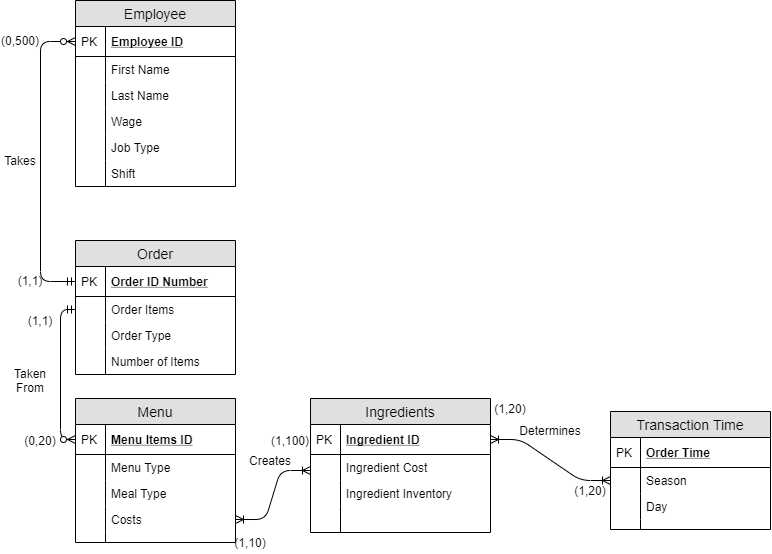
Earlier version of the draw.io export introduction/IST210 Group Project Restaurant Data Model.png (ejm5763/IST210). Source tidied: cells renumbered, new cells last; positions are measured from the earlier drawing's top-left corner, leaving out a move shared by most shapes. Source of this version:
```xml
<mxGraphModel>
  <root>
    <mxCell id="0" />
    <mxCell id="1" parent="0" />
    <mxCell id="2" value="Takes" style="text;html=1;strokeColor=none;fillColor=none;align=center;verticalAlign=middle;whiteSpace=wrap;rounded=0;" parent="1" vertex="1">
      <mxGeometry y="150" width="40" height="20" as="geometry" />
    </mxCell>
    <mxCell id="3" value="Taken From" style="text;html=1;strokeColor=none;fillColor=none;align=center;verticalAlign=middle;whiteSpace=wrap;rounded=0;" parent="1" vertex="1">
      <mxGeometry x="10" y="370" width="40" height="20" as="geometry" />
    </mxCell>
    <mxCell id="4" value="Creates" style="text;html=1;strokeColor=none;fillColor=none;align=center;verticalAlign=middle;whiteSpace=wrap;rounded=0;" parent="1" vertex="1">
      <mxGeometry x="250" y="450" width="40" height="20" as="geometry" />
    </mxCell>
    <mxCell id="5" value="Determines" style="text;html=1;strokeColor=none;fillColor=none;align=center;verticalAlign=middle;whiteSpace=wrap;rounded=0;" parent="1" vertex="1">
      <mxGeometry x="530" y="420" width="40" height="20" as="geometry" />
    </mxCell>
    <mxCell id="6" value="Employee" style="swimlane;fontStyle=0;horizontal=1;startSize=26;fillColor=#e0e0e0;swimlaneFillColor=#ffffff;align=center;fontSize=14;" parent="1" vertex="1">
      <mxGeometry x="75" width="160" height="186" as="geometry" />
    </mxCell>
    <mxCell id="7" value="Employee ID" style="shape=partialRectangle;top=0;left=0;right=0;bottom=1;align=left;verticalAlign=middle;fillColor=none;spacingLeft=34;spacingRight=4;overflow=hidden;points=[[0,0.5],[1,0.5]];portConstraint=eastwest;fontStyle=5;fontSize=12;" parent="6" vertex="1">
      <mxGeometry y="26" width="160" height="30" as="geometry" />
    </mxCell>
    <mxCell id="8" value="PK" style="shape=partialRectangle;top=0;left=0;bottom=0;fillColor=none;align=left;verticalAlign=middle;spacingLeft=4;spacingRight=4;overflow=hidden;fontSize=12;" parent="7" vertex="1">
      <mxGeometry width="30" height="30" as="geometry" />
    </mxCell>
    <mxCell id="9" value="First Name" style="shape=partialRectangle;top=0;left=0;right=0;bottom=0;align=left;verticalAlign=top;fillColor=none;spacingLeft=34;spacingRight=4;overflow=hidden;fontSize=12;" parent="6" vertex="1">
      <mxGeometry y="56" width="160" height="26" as="geometry" />
    </mxCell>
    <mxCell id="10" style="shape=partialRectangle;top=0;left=0;bottom=0;fillColor=none;align=left;verticalAlign=top;spacingLeft=4;spacingRight=4;overflow=hidden;fontSize=12;" parent="9" vertex="1">
      <mxGeometry width="30" height="26" as="geometry" />
    </mxCell>
    <mxCell id="11" value="Last Name" style="shape=partialRectangle;top=0;left=0;right=0;bottom=0;align=left;verticalAlign=top;fillColor=none;spacingLeft=34;spacingRight=4;overflow=hidden;fontSize=12;" parent="6" vertex="1">
      <mxGeometry y="82" width="160" height="26" as="geometry" />
    </mxCell>
    <mxCell id="12" style="shape=partialRectangle;top=0;left=0;bottom=0;fillColor=none;align=left;verticalAlign=top;spacingLeft=4;spacingRight=4;overflow=hidden;fontSize=12;" parent="11" vertex="1">
      <mxGeometry width="30" height="26" as="geometry" />
    </mxCell>
    <mxCell id="13" value="Wage" style="shape=partialRectangle;top=0;left=0;right=0;bottom=0;align=left;verticalAlign=top;fillColor=none;spacingLeft=34;spacingRight=4;overflow=hidden;fontSize=12;" parent="6" vertex="1">
      <mxGeometry y="108" width="160" height="26" as="geometry" />
    </mxCell>
    <mxCell id="14" style="shape=partialRectangle;top=0;left=0;bottom=0;fillColor=none;align=left;verticalAlign=top;spacingLeft=4;spacingRight=4;overflow=hidden;fontSize=12;" parent="13" vertex="1">
      <mxGeometry width="30" height="26" as="geometry" />
    </mxCell>
    <mxCell id="15" value="Job Type" style="shape=partialRectangle;top=0;left=0;right=0;bottom=0;align=left;verticalAlign=top;fillColor=none;spacingLeft=34;spacingRight=4;overflow=hidden;fontSize=12;" parent="6" vertex="1">
      <mxGeometry y="134" width="160" height="26" as="geometry" />
    </mxCell>
    <mxCell id="16" style="shape=partialRectangle;top=0;left=0;bottom=0;fillColor=none;align=left;verticalAlign=top;spacingLeft=4;spacingRight=4;overflow=hidden;fontSize=12;" parent="15" vertex="1">
      <mxGeometry width="30" height="26" as="geometry" />
    </mxCell>
    <mxCell id="17" value="Shift" style="shape=partialRectangle;top=0;left=0;right=0;bottom=0;align=left;verticalAlign=top;fillColor=none;spacingLeft=34;spacingRight=4;overflow=hidden;fontSize=12;" parent="6" vertex="1">
      <mxGeometry y="160" width="160" height="26" as="geometry" />
    </mxCell>
    <mxCell id="18" style="shape=partialRectangle;top=0;left=0;bottom=0;fillColor=none;align=left;verticalAlign=top;spacingLeft=4;spacingRight=4;overflow=hidden;fontSize=12;" parent="17" vertex="1">
      <mxGeometry width="30" height="26" as="geometry" />
    </mxCell>
    <mxCell id="19" value="Order" style="swimlane;fontStyle=0;horizontal=1;startSize=26;fillColor=#e0e0e0;swimlaneFillColor=#ffffff;align=center;fontSize=14;" parent="1" vertex="1">
      <mxGeometry x="75" y="240" width="160" height="134" as="geometry" />
    </mxCell>
    <mxCell id="20" value="Order ID Number" style="shape=partialRectangle;top=0;left=0;right=0;bottom=1;align=left;verticalAlign=middle;fillColor=none;spacingLeft=34;spacingRight=4;overflow=hidden;points=[[0,0.5],[1,0.5]];portConstraint=eastwest;fontStyle=5;fontSize=12;" parent="19" vertex="1">
      <mxGeometry y="26" width="160" height="30" as="geometry" />
    </mxCell>
    <mxCell id="21" value="PK" style="shape=partialRectangle;top=0;left=0;bottom=0;fillColor=none;align=left;verticalAlign=middle;spacingLeft=4;spacingRight=4;overflow=hidden;fontSize=12;" parent="20" vertex="1">
      <mxGeometry width="30" height="30" as="geometry" />
    </mxCell>
    <mxCell id="22" value="Order Items" style="shape=partialRectangle;top=0;left=0;right=0;bottom=0;align=left;verticalAlign=top;fillColor=none;spacingLeft=34;spacingRight=4;overflow=hidden;points=[[0,0.5],[1,0.5]];portConstraint=eastwest;fontSize=12;" parent="19" vertex="1">
      <mxGeometry y="56" width="160" height="26" as="geometry" />
    </mxCell>
    <mxCell id="23" style="shape=partialRectangle;top=0;left=0;bottom=0;fillColor=none;align=left;verticalAlign=top;spacingLeft=4;spacingRight=4;overflow=hidden;fontSize=12;" parent="22" vertex="1">
      <mxGeometry width="30" height="26" as="geometry" />
    </mxCell>
    <mxCell id="24" value="Order Type" style="shape=partialRectangle;top=0;left=0;right=0;bottom=0;align=left;verticalAlign=top;fillColor=none;spacingLeft=34;spacingRight=4;overflow=hidden;fontSize=12;" parent="19" vertex="1">
      <mxGeometry y="82" width="160" height="26" as="geometry" />
    </mxCell>
    <mxCell id="25" style="shape=partialRectangle;top=0;left=0;bottom=0;fillColor=none;align=left;verticalAlign=top;spacingLeft=4;spacingRight=4;overflow=hidden;fontSize=12;" parent="24" vertex="1">
      <mxGeometry width="30" height="26" as="geometry" />
    </mxCell>
    <mxCell id="26" value="Number of Items" style="shape=partialRectangle;top=0;left=0;right=0;bottom=0;align=left;verticalAlign=top;fillColor=none;spacingLeft=34;spacingRight=4;overflow=hidden;fontSize=12;" parent="19" vertex="1">
      <mxGeometry y="108" width="160" height="26" as="geometry" />
    </mxCell>
    <mxCell id="27" style="shape=partialRectangle;top=0;left=0;bottom=0;fillColor=none;align=left;verticalAlign=top;spacingLeft=4;spacingRight=4;overflow=hidden;fontSize=12;" parent="26" vertex="1">
      <mxGeometry width="30" height="26" as="geometry" />
    </mxCell>
    <mxCell id="28" value="Menu" style="swimlane;fontStyle=0;horizontal=1;startSize=26;fillColor=#e0e0e0;swimlaneFillColor=#ffffff;align=center;fontSize=14;" parent="1" vertex="1">
      <mxGeometry x="75" y="398" width="160" height="144" as="geometry" />
    </mxCell>
    <mxCell id="29" value="Menu Items ID" style="shape=partialRectangle;top=0;left=0;right=0;bottom=1;align=left;verticalAlign=middle;fillColor=none;spacingLeft=34;spacingRight=4;overflow=hidden;points=[[0,0.5],[1,0.5]];portConstraint=eastwest;fontStyle=5;fontSize=12;" parent="28" vertex="1">
      <mxGeometry y="26" width="160" height="30" as="geometry" />
    </mxCell>
    <mxCell id="30" value="PK" style="shape=partialRectangle;top=0;left=0;bottom=0;fillColor=none;align=left;verticalAlign=middle;spacingLeft=4;spacingRight=4;overflow=hidden;fontSize=12;" parent="29" vertex="1">
      <mxGeometry width="30" height="30" as="geometry" />
    </mxCell>
    <mxCell id="31" value="Menu Type" style="shape=partialRectangle;top=0;left=0;right=0;bottom=0;align=left;verticalAlign=top;fillColor=none;spacingLeft=34;spacingRight=4;overflow=hidden;fontSize=12;" parent="28" vertex="1">
      <mxGeometry y="56" width="160" height="26" as="geometry" />
    </mxCell>
    <mxCell id="32" style="shape=partialRectangle;top=0;left=0;bottom=0;fillColor=none;align=left;verticalAlign=top;spacingLeft=4;spacingRight=4;overflow=hidden;fontSize=12;" parent="31" vertex="1">
      <mxGeometry width="30" height="26" as="geometry" />
    </mxCell>
    <mxCell id="33" value="Meal Type" style="shape=partialRectangle;top=0;left=0;right=0;bottom=0;align=left;verticalAlign=top;fillColor=none;spacingLeft=34;spacingRight=4;overflow=hidden;fontSize=12;" parent="28" vertex="1">
      <mxGeometry y="82" width="160" height="26" as="geometry" />
    </mxCell>
    <mxCell id="34" style="shape=partialRectangle;top=0;left=0;bottom=0;fillColor=none;align=left;verticalAlign=top;spacingLeft=4;spacingRight=4;overflow=hidden;fontSize=12;" parent="33" vertex="1">
      <mxGeometry width="30" height="26" as="geometry" />
    </mxCell>
    <mxCell id="35" value="Costs" style="shape=partialRectangle;top=0;left=0;right=0;bottom=0;align=left;verticalAlign=top;fillColor=none;spacingLeft=34;spacingRight=4;overflow=hidden;points=[[0,0.5],[1,0.5]];portConstraint=eastwest;fontSize=12;" parent="28" vertex="1">
      <mxGeometry y="108" width="160" height="26" as="geometry" />
    </mxCell>
    <mxCell id="36" style="shape=partialRectangle;top=0;left=0;bottom=0;fillColor=none;align=left;verticalAlign=top;spacingLeft=4;spacingRight=4;overflow=hidden;fontSize=12;" parent="35" vertex="1">
      <mxGeometry width="30" height="26" as="geometry" />
    </mxCell>
    <mxCell id="37" style="shape=partialRectangle;top=0;left=0;right=0;bottom=0;align=left;verticalAlign=top;fillColor=none;spacingLeft=34;spacingRight=4;overflow=hidden;fontSize=12;" parent="28" vertex="1">
      <mxGeometry y="134" width="160" height="10" as="geometry" />
    </mxCell>
    <mxCell id="38" style="shape=partialRectangle;top=0;left=0;bottom=0;fillColor=none;align=left;verticalAlign=top;spacingLeft=4;spacingRight=4;overflow=hidden;fontSize=12;" parent="37" vertex="1">
      <mxGeometry width="30" height="10" as="geometry" />
    </mxCell>
    <mxCell id="39" value="Ingredients" style="swimlane;fontStyle=0;horizontal=1;startSize=26;fillColor=#e0e0e0;swimlaneFillColor=#ffffff;align=center;fontSize=14;" parent="1" vertex="1">
      <mxGeometry x="310" y="398" width="180" height="134" as="geometry" />
    </mxCell>
    <mxCell id="40" value="Ingredient ID" style="shape=partialRectangle;top=0;left=0;right=0;bottom=1;align=left;verticalAlign=middle;fillColor=none;spacingLeft=34;spacingRight=4;overflow=hidden;points=[[0,0.5],[1,0.5]];portConstraint=eastwest;fontStyle=5;fontSize=12;" parent="39" vertex="1">
      <mxGeometry y="26" width="180" height="30" as="geometry" />
    </mxCell>
    <mxCell id="41" value="PK" style="shape=partialRectangle;top=0;left=0;bottom=0;fillColor=none;align=left;verticalAlign=middle;spacingLeft=4;spacingRight=4;overflow=hidden;fontSize=12;" parent="40" vertex="1">
      <mxGeometry width="30" height="30" as="geometry" />
    </mxCell>
    <mxCell id="42" value="Ingredient Cost" style="shape=partialRectangle;top=0;left=0;right=0;bottom=0;align=left;verticalAlign=top;fillColor=none;spacingLeft=34;spacingRight=4;overflow=hidden;fontSize=12;" parent="39" vertex="1">
      <mxGeometry y="56" width="180" height="26" as="geometry" />
    </mxCell>
    <mxCell id="43" style="shape=partialRectangle;top=0;left=0;bottom=0;fillColor=none;align=left;verticalAlign=top;spacingLeft=4;spacingRight=4;overflow=hidden;fontSize=12;" parent="42" vertex="1">
      <mxGeometry width="30" height="26" as="geometry" />
    </mxCell>
    <mxCell id="44" value="Ingredient Inventory" style="shape=partialRectangle;top=0;left=0;right=0;bottom=0;align=left;verticalAlign=top;fillColor=none;spacingLeft=34;spacingRight=4;overflow=hidden;fontSize=12;" parent="39" vertex="1">
      <mxGeometry y="82" width="180" height="26" as="geometry" />
    </mxCell>
    <mxCell id="45" style="shape=partialRectangle;top=0;left=0;bottom=0;fillColor=none;align=left;verticalAlign=top;spacingLeft=4;spacingRight=4;overflow=hidden;fontSize=12;" parent="44" vertex="1">
      <mxGeometry width="30" height="26" as="geometry" />
    </mxCell>
    <mxCell id="46" style="shape=partialRectangle;top=0;left=0;right=0;bottom=0;align=left;verticalAlign=top;fillColor=none;spacingLeft=34;spacingRight=4;overflow=hidden;fontSize=12;" parent="39" vertex="1">
      <mxGeometry y="108" width="180" height="26" as="geometry" />
    </mxCell>
    <mxCell id="47" style="shape=partialRectangle;top=0;left=0;bottom=0;fillColor=none;align=left;verticalAlign=top;spacingLeft=4;spacingRight=4;overflow=hidden;fontSize=12;" parent="46" vertex="1">
      <mxGeometry width="30" height="26" as="geometry" />
    </mxCell>
    <mxCell id="48" value="Transaction Time" style="swimlane;fontStyle=0;horizontal=1;startSize=26;fillColor=#e0e0e0;swimlaneFillColor=#ffffff;align=center;fontSize=14;" parent="1" vertex="1">
      <mxGeometry x="610" y="411" width="160" height="118" as="geometry" />
    </mxCell>
    <mxCell id="49" value="Order Time" style="shape=partialRectangle;top=0;left=0;right=0;bottom=1;align=left;verticalAlign=middle;fillColor=none;spacingLeft=34;spacingRight=4;overflow=hidden;fontStyle=5;fontSize=12;" parent="48" vertex="1">
      <mxGeometry y="26" width="160" height="30" as="geometry" />
    </mxCell>
    <mxCell id="50" value="PK" style="shape=partialRectangle;top=0;left=0;bottom=0;fillColor=none;align=left;verticalAlign=middle;spacingLeft=4;spacingRight=4;overflow=hidden;fontSize=12;" parent="49" vertex="1">
      <mxGeometry width="30" height="30" as="geometry" />
    </mxCell>
    <mxCell id="51" value="Season" style="shape=partialRectangle;top=0;left=0;right=0;bottom=0;align=left;verticalAlign=top;fillColor=none;spacingLeft=34;spacingRight=4;overflow=hidden;points=[[0,0.5],[1,0.5]];portConstraint=eastwest;fontSize=12;" parent="48" vertex="1">
      <mxGeometry y="56" width="160" height="26" as="geometry" />
    </mxCell>
    <mxCell id="52" style="shape=partialRectangle;top=0;left=0;bottom=0;fillColor=none;align=left;verticalAlign=top;spacingLeft=4;spacingRight=4;overflow=hidden;fontSize=12;" parent="51" vertex="1">
      <mxGeometry width="30" height="26" as="geometry" />
    </mxCell>
    <mxCell id="53" value="Day" style="shape=partialRectangle;top=0;left=0;right=0;bottom=0;align=left;verticalAlign=top;fillColor=none;spacingLeft=34;spacingRight=4;overflow=hidden;fontSize=12;" parent="48" vertex="1">
      <mxGeometry y="82" width="160" height="26" as="geometry" />
    </mxCell>
    <mxCell id="54" style="shape=partialRectangle;top=0;left=0;bottom=0;fillColor=none;align=left;verticalAlign=top;spacingLeft=4;spacingRight=4;overflow=hidden;fontSize=12;" parent="53" vertex="1">
      <mxGeometry width="30" height="26" as="geometry" />
    </mxCell>
    <mxCell id="55" style="shape=partialRectangle;top=0;left=0;right=0;bottom=0;align=left;verticalAlign=top;fillColor=none;spacingLeft=34;spacingRight=4;overflow=hidden;fontSize=12;" parent="48" vertex="1">
      <mxGeometry y="108" width="160" height="10" as="geometry" />
    </mxCell>
    <mxCell id="56" style="shape=partialRectangle;top=0;left=0;bottom=0;fillColor=none;align=left;verticalAlign=top;spacingLeft=4;spacingRight=4;overflow=hidden;fontSize=12;" parent="55" vertex="1">
      <mxGeometry width="30" height="10" as="geometry" />
    </mxCell>
    <mxCell id="57" style="edgeStyle=orthogonalEdgeStyle;fontSize=12;html=1;endArrow=ERmandOne;exitX=0;exitY=0.5;exitDx=0;exitDy=0;entryX=0;entryY=0.5;entryDx=0;entryDy=0;endFill=0;startArrow=ERzeroToMany;startFill=1;" parent="1" edge="1" source="7" target="20">
      <mxGeometry relative="1" as="geometry">
        <Array as="points">
          <mxPoint x="40" y="41" />
          <mxPoint x="40" y="281" />
        </Array>
      </mxGeometry>
    </mxCell>
    <mxCell id="58" value="(0,500)" style="text;html=1;strokeColor=none;fillColor=none;align=center;verticalAlign=middle;whiteSpace=wrap;rounded=0;" parent="1" vertex="1">
      <mxGeometry y="30" width="40" height="20" as="geometry" />
    </mxCell>
    <mxCell id="59" value="(1,1)" style="text;html=1;strokeColor=none;fillColor=none;align=center;verticalAlign=middle;whiteSpace=wrap;rounded=0;" parent="1" vertex="1">
      <mxGeometry x="10" y="270" width="40" height="20" as="geometry" />
    </mxCell>
    <mxCell id="60" value="(1,1)" style="text;html=1;strokeColor=none;fillColor=none;align=center;verticalAlign=middle;whiteSpace=wrap;rounded=0;" parent="1" vertex="1">
      <mxGeometry x="20" y="310" width="40" height="20" as="geometry" />
    </mxCell>
    <mxCell id="61" value="(0,20)" style="text;html=1;strokeColor=none;fillColor=none;align=center;verticalAlign=middle;whiteSpace=wrap;rounded=0;" parent="1" vertex="1">
      <mxGeometry x="20" y="430" width="40" height="20" as="geometry" />
    </mxCell>
    <mxCell id="62" style="edgeStyle=orthogonalEdgeStyle;fontSize=12;html=1;endArrow=ERzeroToMany;endFill=1;exitX=0;exitY=0.5;exitDx=0;exitDy=0;entryX=0;entryY=0.5;entryDx=0;entryDy=0;startArrow=ERmandOne;startFill=0;" parent="1" edge="1" source="22" target="29">
      <mxGeometry relative="1" as="geometry">
        <Array as="points">
          <mxPoint x="60" y="309" />
          <mxPoint x="60" y="439" />
        </Array>
      </mxGeometry>
    </mxCell>
    <mxCell id="63" style="edgeStyle=entityRelationEdgeStyle;fontSize=12;html=1;endArrow=ERoneToMany;endFill=0;exitX=1;exitY=0.5;exitDx=0;exitDy=0;entryX=0;entryY=0.5;entryDx=0;entryDy=0;startArrow=ERoneToMany;startFill=0;" parent="1" edge="1" source="40" target="51">
      <mxGeometry relative="1" as="geometry" />
    </mxCell>
    <mxCell id="64" style="edgeStyle=entityRelationEdgeStyle;fontSize=12;html=1;endArrow=ERoneToMany;endFill=0;exitX=1;exitY=0.5;exitDx=0;exitDy=0;startArrow=ERoneToMany;startFill=0;" parent="1" edge="1" source="35">
      <mxGeometry relative="1" as="geometry">
        <mxPoint x="310" y="470" as="targetPoint" />
      </mxGeometry>
    </mxCell>
    <mxCell id="65" value="(1,10)" style="text;html=1;strokeColor=none;fillColor=none;align=center;verticalAlign=middle;whiteSpace=wrap;rounded=0;" parent="1" vertex="1">
      <mxGeometry x="230" y="532" width="40" height="20" as="geometry" />
    </mxCell>
    <mxCell id="66" value="(1,100)" style="text;html=1;strokeColor=none;fillColor=none;align=center;verticalAlign=middle;whiteSpace=wrap;rounded=0;" parent="1" vertex="1">
      <mxGeometry x="270" y="430" width="40" height="20" as="geometry" />
    </mxCell>
    <mxCell id="67" value="(1,20)" style="text;html=1;strokeColor=none;fillColor=none;align=center;verticalAlign=middle;whiteSpace=wrap;rounded=0;" parent="1" vertex="1">
      <mxGeometry x="490" y="398" width="40" height="20" as="geometry" />
    </mxCell>
    <mxCell id="68" value="(1,20)" style="text;html=1;strokeColor=none;fillColor=none;align=center;verticalAlign=middle;whiteSpace=wrap;rounded=0;" parent="1" vertex="1">
      <mxGeometry x="570" y="480" width="40" height="20" as="geometry" />
    </mxCell>
  </root>
</mxGraphModel>
```
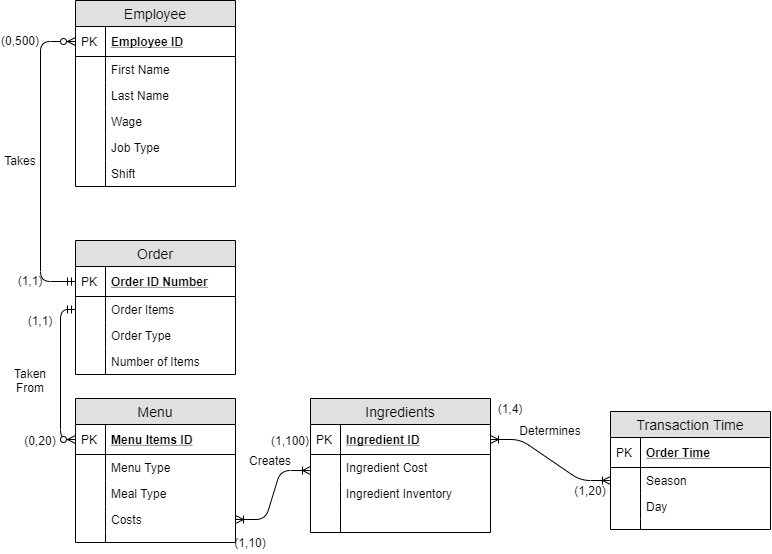
After the commit.

Change to the diagram source:
```diff
@@ -209,7 +209,7 @@
     <mxCell id="66" value="(1,100)" style="text;html=1;strokeColor=none;fillColor=none;align=center;verticalAlign=middle;whiteSpace=wrap;rounded=0;" parent="1" vertex="1">
       <mxGeometry x="270" y="430" width="40" height="20" as="geometry" />
     </mxCell>
-    <mxCell id="67" value="(1,20)" style="text;html=1;strokeColor=none;fillColor=none;align=center;verticalAlign=middle;whiteSpace=wrap;rounded=0;" parent="1" vertex="1">
+    <mxCell id="67" value="(1,4)" style="text;html=1;strokeColor=none;fillColor=none;align=center;verticalAlign=middle;whiteSpace=wrap;rounded=0;" parent="1" vertex="1">
       <mxGeometry x="490" y="398" width="40" height="20" as="geometry" />
     </mxCell>
     <mxCell id="68" value="(1,20)" style="text;html=1;strokeColor=none;fillColor=none;align=center;verticalAlign=middle;whiteSpace=wrap;rounded=0;" parent="1" vertex="1">
```
